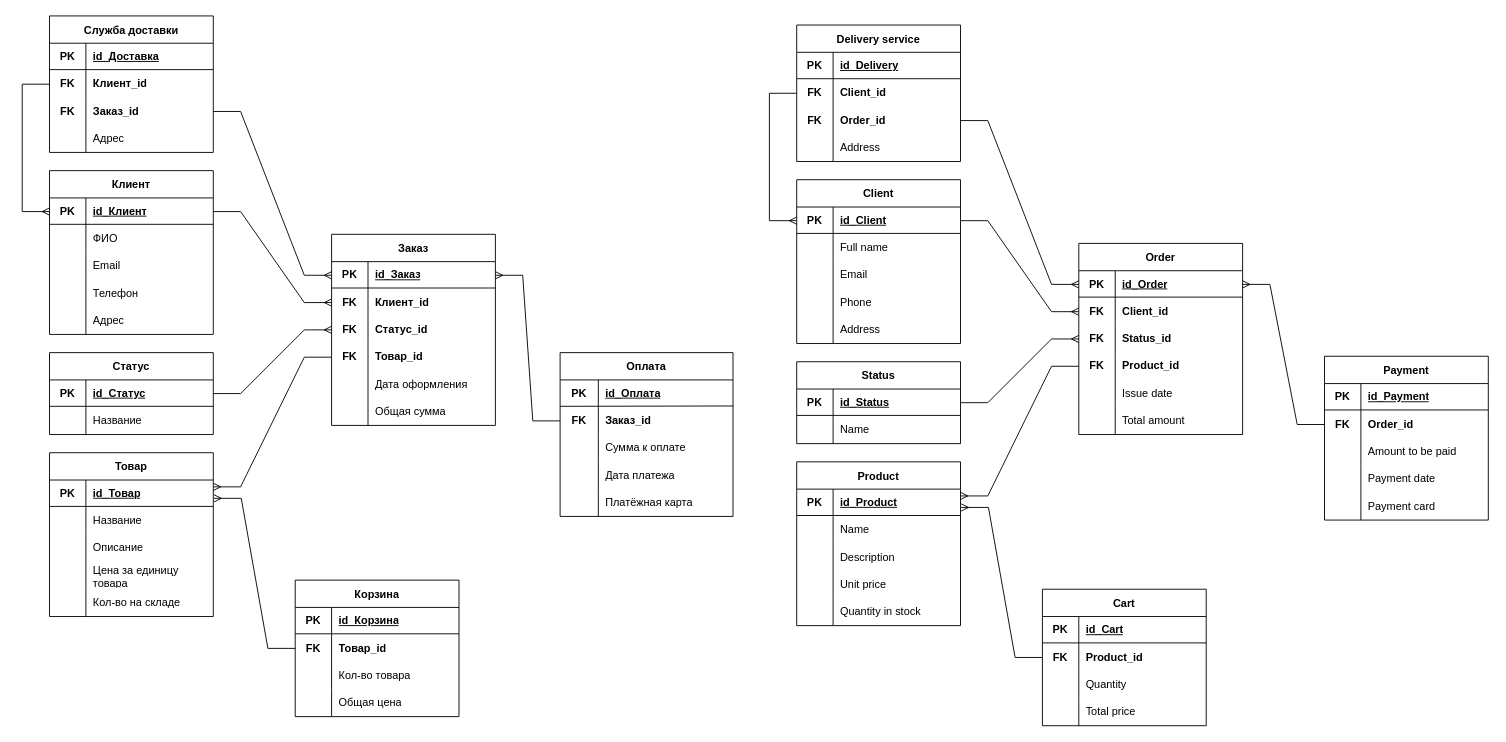
Above: page "Логическая модель" (7 of 8) of Все диаграммы.drawio in AnnaOtchina/AnnaKyrsach (draw.io), before the change. Source tidied: cells renumbered, new cells numbered last; positions are measured from the earlier drawing's top-left corner, leaving out a move shared by most shapes. Both pictures are drawn from the tidied source at 91%, with x=0, y=0 at pixel (22, 15).
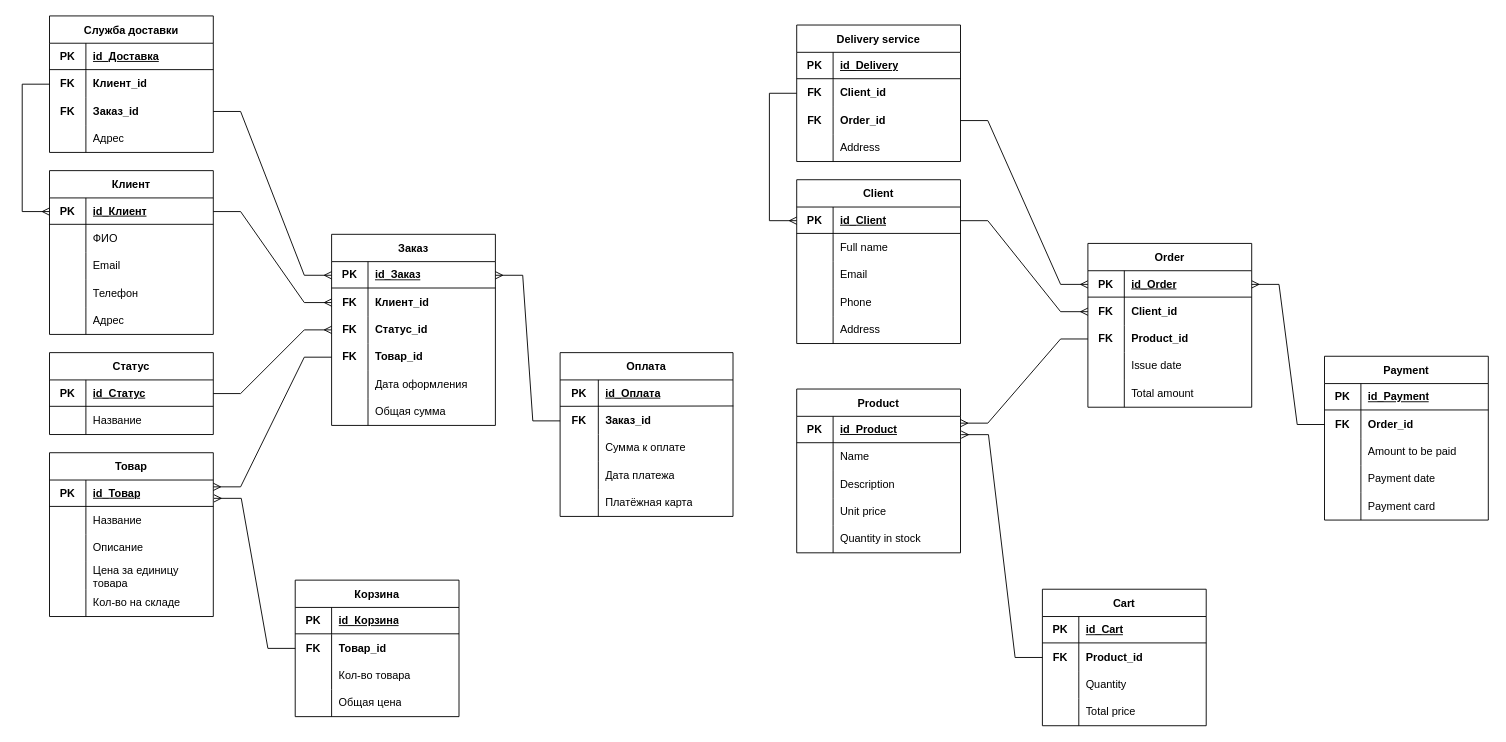
The same page after the edit.

The edit, as a diff of the source:
```diff
@@
     <mxCell id="133" value="Order" style="shape=table;startSize=30;childLayout=tableLayout;rowLines=0;fontStyle=1;strokeColor=default;fontSize=12;" parent="1" vertex="1">
-      <mxGeometry x="1161" y="250" width="180" height="210" as="geometry" />
+      <mxGeometry x="1171" y="250" width="180" height="180" as="geometry" />
     </mxCell>
@@
-    <mxCell id="141" style="shape=tableRow;horizontal=0;startSize=0;swimlaneHead=0;swimlaneBody=0;top=0;left=0;bottom=0;right=0;fillColor=none;points=[[0,0.5],[1,0.5]];portConstraint=eastwest;strokeColor=inherit;fontSize=12;" parent="133" vertex="1">
-      <mxGeometry y="90" width="180" height="30" as="geometry" />
-    </mxCell>
-    <mxCell id="142" value="FK" style="shape=partialRectangle;html=1;whiteSpace=wrap;fillColor=none;top=0;left=0;bottom=0;right=0;overflow=hidden;strokeColor=inherit;fontSize=12;fontStyle=1;" parent="141" vertex="1">
-      <mxGeometry width="40" height="30" as="geometry" />
-    </mxCell>
-    <mxCell id="143" value="Status_id" style="shape=partialRectangle;html=1;whiteSpace=wrap;fillColor=none;top=0;left=0;bottom=0;right=0;align=left;spacingLeft=6;overflow=hidden;strokeColor=inherit;fontSize=12;fontStyle=1;" parent="141" vertex="1">
-      <mxGeometry x="40" width="140" height="30" as="geometry" />
-    </mxCell>
     <mxCell id="144" style="shape=tableRow;horizontal=0;startSize=0;swimlaneHead=0;swimlaneBody=0;top=0;left=0;bottom=0;right=0;fillColor=none;points=[[0,0.5],[1,0.5]];portConstraint=eastwest;strokeColor=inherit;fontSize=12;" parent="133" vertex="1">
-      <mxGeometry y="120" width="180" height="30" as="geometry" />
+      <mxGeometry y="90" width="180" height="30" as="geometry" />
     </mxCell>
@@
     <mxCell id="147" style="shape=tableRow;horizontal=0;startSize=0;swimlaneHead=0;swimlaneBody=0;top=0;left=0;bottom=0;right=0;fillColor=none;strokeColor=inherit;fontSize=12;" parent="133" vertex="1">
-      <mxGeometry y="150" width="180" height="30" as="geometry" />
+      <mxGeometry y="120" width="180" height="30" as="geometry" />
     </mxCell>
@@
     <mxCell id="150" style="shape=tableRow;horizontal=0;startSize=0;swimlaneHead=0;swimlaneBody=0;top=0;left=0;bottom=0;right=0;fillColor=none;strokeColor=inherit;fontSize=12;" parent="133" vertex="1">
-      <mxGeometry y="180" width="180" height="30" as="geometry" />
+      <mxGeometry y="150" width="180" height="30" as="geometry" />
     </mxCell>
@@
     <mxCell id="153" value="Product" style="shape=table;startSize=30;childLayout=tableLayout;rowLines=0;fontStyle=1;strokeColor=default;fontSize=12;" parent="1" vertex="1">
-      <mxGeometry x="851" y="490" width="180" height="180" as="geometry" />
+      <mxGeometry x="851" y="410" width="180" height="180" as="geometry" />
     </mxCell>
@@
-    <mxCell id="215" value="Status" style="shape=table;startSize=30;childLayout=tableLayout;rowLines=0;fontStyle=1;strokeColor=default;fontSize=12;" parent="1" vertex="1">
-      <mxGeometry x="851" y="380" width="180" height="90" as="geometry" />
-    </mxCell>
-    <mxCell id="216" style="shape=tableRow;horizontal=0;startSize=0;swimlaneHead=0;swimlaneBody=0;top=0;left=0;bottom=0;right=0;fillColor=none;points=[[0,0.5],[1,0.5]];portConstraint=eastwest;strokeColor=inherit;fontSize=12;" parent="215" vertex="1">
-      <mxGeometry y="30" width="180" height="30" as="geometry" />
-    </mxCell>
-    <mxCell id="217" value="&lt;b&gt;PK&lt;/b&gt;" style="shape=partialRectangle;html=1;whiteSpace=wrap;fillColor=none;top=0;left=0;bottom=0;right=0;overflow=hidden;strokeColor=inherit;fontSize=12;" parent="216" vertex="1">
-      <mxGeometry width="40" height="30" as="geometry" />
-    </mxCell>
-    <mxCell id="218" value="&lt;b&gt;&lt;u&gt;id_Status&lt;/u&gt;&lt;/b&gt;" style="shape=partialRectangle;html=1;whiteSpace=wrap;fillColor=none;top=0;left=0;bottom=0;right=0;align=left;spacingLeft=6;overflow=hidden;strokeColor=inherit;fontSize=12;" parent="216" vertex="1">
-      <mxGeometry x="40" width="140" height="30" as="geometry" />
-    </mxCell>
-    <mxCell id="219" style="rounded=0;orthogonalLoop=1;jettySize=auto;html=1;exitX=0;exitY=0.5;exitDx=0;exitDy=0;entryX=1;entryY=0.5;entryDx=0;entryDy=0;endArrow=none;endFill=0;fontSize=12;" parent="215" edge="1">
-      <mxGeometry relative="1" as="geometry">
-        <mxPoint y="59" as="sourcePoint" />
-        <mxPoint x="180" y="59" as="targetPoint" />
-      </mxGeometry>
-    </mxCell>
-    <mxCell id="220" style="shape=tableRow;horizontal=0;startSize=0;swimlaneHead=0;swimlaneBody=0;top=0;left=0;bottom=0;right=0;fillColor=none;strokeColor=inherit;fontSize=12;" parent="215" vertex="1">
-      <mxGeometry y="60" width="180" height="30" as="geometry" />
-    </mxCell>
-    <mxCell id="221" style="shape=partialRectangle;html=1;whiteSpace=wrap;fillColor=none;top=0;left=0;bottom=0;right=0;overflow=hidden;strokeColor=inherit;fontSize=12;" parent="220" vertex="1">
-      <mxGeometry width="40" height="30" as="geometry" />
-    </mxCell>
-    <mxCell id="222" value="Name" style="shape=partialRectangle;html=1;whiteSpace=wrap;fillColor=none;top=0;left=0;bottom=0;right=0;align=left;spacingLeft=6;overflow=hidden;strokeColor=inherit;fontSize=12;" parent="220" vertex="1">
-      <mxGeometry x="40" width="140" height="30" as="geometry" />
-    </mxCell>
@@
-    <mxCell id="224" style="edgeStyle=entityRelationEdgeStyle;fontSize=12;html=1;endArrow=ERmany;rounded=0;exitX=1;exitY=0.5;exitDx=0;exitDy=0;entryX=0;entryY=0.5;entryDx=0;entryDy=0;" parent="1" edge="1" source="216" target="141">
-      <mxGeometry relative="1" as="geometry" />
-    </mxCell>
```
